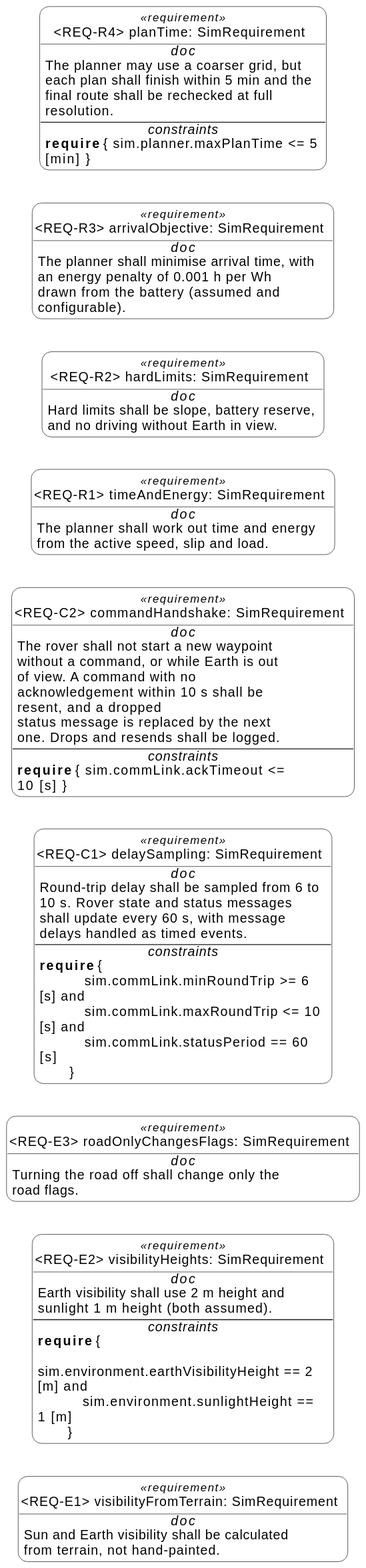
Earlier version of the PlantUML export diagrams/simulationRequirements2.svg (theonlyallana/lunar-road-mbse). Source of this version:
```plantuml
@startuml
skin sysmlbw
skinparam monochrome true
skinparam wrapWidth 300
hide circle
left to right direction

comp usage "~<REQ-E1> visibilityFromTerrain: SimRequirement  " as E1  <<(T,blue) requirement>> [[psysml:f6e1140a-6117-4641-9622-d5d7b6d92f01 ]] {
##//doc//##
Sun and Earth visibility shall be calculated from terrain, not hand<U+002D>painted.
}
comp usage "~<REQ-E2> visibilityHeights: SimRequirement  " as E2  <<(T,blue) requirement>> [[psysml:82ec7041-ffba-4dec-8b18-867bae76d958 ]] {
##//doc//##
Earth visibility shall use 2 m height and sunlight 1 m height (both assumed).
--
##//constraints//##
<b>require</b> {\n            sim.environment.earthVisibilityHeight <U+003D><U+003D> 2 [m] and\n            sim.environment.sunlightHeight <U+003D><U+003D> 1 [m]\n        }
}
comp usage "~<REQ-E3> roadOnlyChangesFlags: SimRequirement  " as E3  <<(T,blue) requirement>> [[psysml:6584fe25-88f0-41fd-bbd2-adfc5b1bdd67 ]] {
##//doc//##
Turning the road off shall change only the road flags.
}
comp usage "~<REQ-C1> delaySampling: SimRequirement  " as E4  <<(T,blue) requirement>> [[psysml:61e217df-0e5c-4e47-b8cf-57554deb057c ]] {
##//doc//##
Round<U+002D>trip delay shall be sampled from 6 to 10 s. Rover state and status messages\nshall update every 60 s, with message delays handled as timed events.
--
##//constraints//##
<b>require</b> {\n            sim.commLink.minRoundTrip ><U+003D> 6 [s] and\n            sim.commLink.maxRoundTrip <U+003C><U+003D> 10 [s] and\n            sim.commLink.statusPeriod <U+003D><U+003D> 60 [s]\n        }
}
comp usage "~<REQ-C2> commandHandshake: SimRequirement  " as E5  <<(T,blue) requirement>> [[psysml:cf62bdd8-091b-433d-9730-aea708bc2c86 ]] {
##//doc//##
The rover shall not start a new waypoint without a command, or while Earth is out\nof view. A command with no acknowledgement within 10 s shall be resent, and a dropped\nstatus message is replaced by the next one. Drops and resends shall be logged.
--
##//constraints//##
<b>require</b> { sim.commLink.ackTimeout <U+003C><U+003D> 10 [s] }
}
comp usage "~<REQ-R1> timeAndEnergy: SimRequirement  " as E6  <<(T,blue) requirement>> [[psysml:186c5871-37ea-41bd-a21c-ec415a4c42e4 ]] {
##//doc//##
The planner shall work out time and energy from the active speed, slip and load.
}
comp usage "~<REQ-R2> hardLimits: SimRequirement  " as E7  <<(T,blue) requirement>> [[psysml:0ff1d3b8-754f-4941-b050-4d444b1fce48 ]] {
##//doc//##
Hard limits shall be slope, battery reserve, and no driving without Earth in view.
}
comp usage "~<REQ-R3> arrivalObjective: SimRequirement  " as E8  <<(T,blue) requirement>> [[psysml:57636a23-0b20-4a35-add0-97b1f875f04e ]] {
##//doc//##
The planner shall minimise arrival time, with an energy penalty of 0.001 h per Wh\ndrawn from the battery (assumed and configurable).
}
comp usage "~<REQ-R4> planTime: SimRequirement  " as E9  <<(T,blue) requirement>> [[psysml:a407c4e7-2c8b-4b08-aed8-21f30ccfc788 ]] {
##//doc//##
The planner may use a coarser grid, but each plan shall finish within 5 min and the\nfinal route shall be rechecked at full resolution.
--
##//constraints//##
<b>require</b> { sim.planner.maxPlanTime <U+003C><U+003D> 5 [min] }
}
@enduml
```
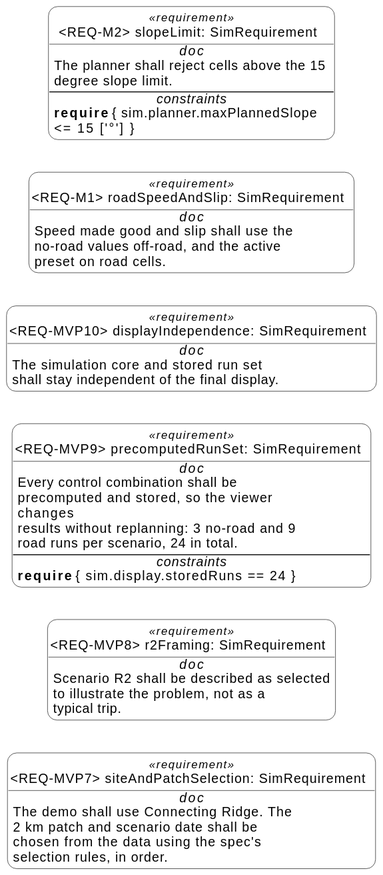
Later version of the same file.

Change to the diagram source:
```diff
@@ -5,52 +5,34 @@
 hide circle
 left to right direction
 
-comp usage "~<REQ-E1> visibilityFromTerrain: SimRequirement  " as E1  <<(T,blue) requirement>> [[psysml:f6e1140a-6117-4641-9622-d5d7b6d92f01 ]] {
+comp usage "~<REQ-MVP7> siteAndPatchSelection: SimRequirement  " as E1  <<(T,blue) requirement>> [[psysml:633eaf6e-7df7-43bb-8b0c-ec514e2217e7 ]] {
 ##//doc//##
-Sun and Earth visibility shall be calculated from terrain, not hand<U+002D>painted.
+The demo shall use Connecting Ridge. The 2 km patch and scenario date shall be\nchosen from the data using the spec<U+0027>s selection rules, in order.
 }
-comp usage "~<REQ-E2> visibilityHeights: SimRequirement  " as E2  <<(T,blue) requirement>> [[psysml:82ec7041-ffba-4dec-8b18-867bae76d958 ]] {
+comp usage "~<REQ-MVP8> r2Framing: SimRequirement  " as E2  <<(T,blue) requirement>> [[psysml:87f430a6-c5fa-4dfe-a794-cfd03caf6159 ]] {
 ##//doc//##
-Earth visibility shall use 2 m height and sunlight 1 m height (both assumed).
+Scenario R2 shall be described as selected to illustrate the problem, not as a\ntypical trip.
+}
+comp usage "~<REQ-MVP9> precomputedRunSet: SimRequirement  " as E3  <<(T,blue) requirement>> [[psysml:7dc82c7c-ac38-4407-bb38-5396a44a912d ]] {
+##//doc//##
+Every control combination shall be precomputed and stored, so the viewer changes\nresults without replanning: 3 no<U+002D>road and 9 road runs per scenario, 24 in total.
 --
 ##//constraints//##
-<b>require</b> {\n            sim.environment.earthVisibilityHeight <U+003D><U+003D> 2 [m] and\n            sim.environment.sunlightHeight <U+003D><U+003D> 1 [m]\n        }
+<b>require</b> { sim.display.storedRuns <U+003D><U+003D> 24 }
 }
-comp usage "~<REQ-E3> roadOnlyChangesFlags: SimRequirement  " as E3  <<(T,blue) requirement>> [[psysml:6584fe25-88f0-41fd-bbd2-adfc5b1bdd67 ]] {
+comp usage "~<REQ-MVP10> displayIndependence: SimRequirement  " as E4  <<(T,blue) requirement>> [[psysml:5a17f823-c240-4e58-9c35-e865a361cd3d ]] {
 ##//doc//##
-Turning the road off shall change only the road flags.
+The simulation core and stored run set shall stay independent of the final display.
 }
-comp usage "~<REQ-C1> delaySampling: SimRequirement  " as E4  <<(T,blue) requirement>> [[psysml:61e217df-0e5c-4e47-b8cf-57554deb057c ]] {
+comp usage "~<REQ-M1> roadSpeedAndSlip: SimRequirement  " as E5  <<(T,blue) requirement>> [[psysml:f1ab03e6-4654-4498-8721-14e84c4992b1 ]] {
 ##//doc//##
-Round<U+002D>trip delay shall be sampled from 6 to 10 s. Rover state and status messages\nshall update every 60 s, with message delays handled as timed events.
+Speed made good and slip shall use the no<U+002D>road values off<U+002D>road, and the active\npreset on road cells.
+}
+comp usage "~<REQ-M2> slopeLimit: SimRequirement  " as E6  <<(T,blue) requirement>> [[psysml:1b410c26-0700-489d-8fa0-fe7485bb9bda ]] {
+##//doc//##
+The planner shall reject cells above the 15 degree slope limit.
 --
 ##//constraints//##
-<b>require</b> {\n            sim.commLink.minRoundTrip ><U+003D> 6 [s] and\n            sim.commLink.maxRoundTrip <U+003C><U+003D> 10 [s] and\n            sim.commLink.statusPeriod <U+003D><U+003D> 60 [s]\n        }
-}
-comp usage "~<REQ-C2> commandHandshake: SimRequirement  " as E5  <<(T,blue) requirement>> [[psysml:cf62bdd8-091b-433d-9730-aea708bc2c86 ]] {
-##//doc//##
-The rover shall not start a new waypoint without a command, or while Earth is out\nof view. A command with no acknowledgement within 10 s shall be resent, and a dropped\nstatus message is replaced by the next one. Drops and resends shall be logged.
---
-##//constraints//##
-<b>require</b> { sim.commLink.ackTimeout <U+003C><U+003D> 10 [s] }
-}
-comp usage "~<REQ-R1> timeAndEnergy: SimRequirement  " as E6  <<(T,blue) requirement>> [[psysml:186c5871-37ea-41bd-a21c-ec415a4c42e4 ]] {
-##//doc//##
-The planner shall work out time and energy from the active speed, slip and load.
-}
-comp usage "~<REQ-R2> hardLimits: SimRequirement  " as E7  <<(T,blue) requirement>> [[psysml:0ff1d3b8-754f-4941-b050-4d444b1fce48 ]] {
-##//doc//##
-Hard limits shall be slope, battery reserve, and no driving without Earth in view.
-}
-comp usage "~<REQ-R3> arrivalObjective: SimRequirement  " as E8  <<(T,blue) requirement>> [[psysml:57636a23-0b20-4a35-add0-97b1f875f04e ]] {
-##//doc//##
-The planner shall minimise arrival time, with an energy penalty of 0.001 h per Wh\ndrawn from the battery (assumed and configurable).
-}
-comp usage "~<REQ-R4> planTime: SimRequirement  " as E9  <<(T,blue) requirement>> [[psysml:a407c4e7-2c8b-4b08-aed8-21f30ccfc788 ]] {
-##//doc//##
-The planner may use a coarser grid, but each plan shall finish within 5 min and the\nfinal route shall be rechecked at full resolution.
---
-##//constraints//##
-<b>require</b> { sim.planner.maxPlanTime <U+003C><U+003D> 5 [min] }
+<b>require</b> { sim.planner.maxPlannedSlope <U+003C><U+003D> 15 [<U+0027>°<U+0027>] }
 }
 @enduml
```
